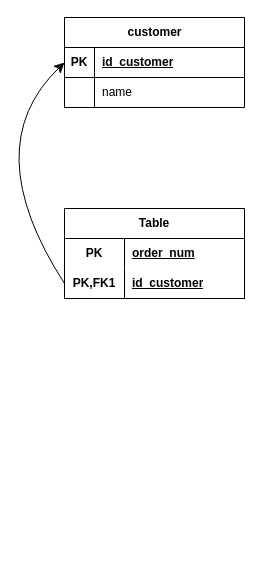
Above: RA2A2_act(2).drawio in victor06-git/Progam_with_Victor (draw.io), before the change. Source tidied: cells renumbered, new cells numbered last; positions are measured from the earlier drawing's top-left corner, leaving out a move shared by most shapes. Both pictures are drawn from the tidied source at 100%, with x=0, y=0 at pixel (-24, 17).
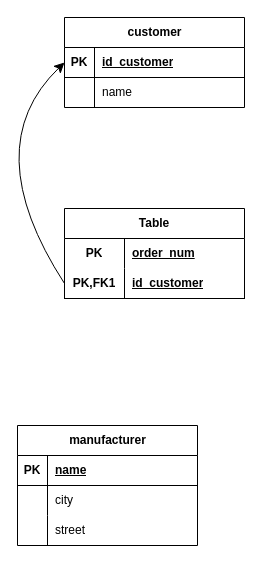
Above is the later version.

The edit, as a diff of the source:
```diff
@@
+    <mxCell id="17" value="manufacturer" style="shape=table;startSize=30;childLayout=tableLayout;rowLines=0;fontStyle=1;align=center;html=1;" parent="1" vertex="1">
+      <mxGeometry x="41" y="408" width="180" height="120" as="geometry" />
+    </mxCell>
+    <mxCell id="18" style="shape=tableRow;horizontal=0;startSize=0;swimlaneHead=0;swimlaneBody=0;fillColor=none;top=0;left=0;right=0;bottom=1;" parent="17" vertex="1">
+      <mxGeometry y="30" width="180" height="30" as="geometry" />
+    </mxCell>
+    <mxCell id="19" value="PK" style="shape=partialRectangle;fillColor=none;top=0;left=0;bottom=0;right=0;fontStyle=1;overflow=hidden;whiteSpace=wrap;html=1;" parent="18" vertex="1">
+      <mxGeometry width="30" height="30" as="geometry" />
+    </mxCell>
+    <mxCell id="20" value="name" style="shape=partialRectangle;fillColor=none;top=0;left=0;bottom=0;right=0;align=left;spacingLeft=6;fontStyle=5;overflow=hidden;whiteSpace=wrap;html=1;" parent="18" vertex="1">
+      <mxGeometry x="30" width="150" height="30" as="geometry" />
+    </mxCell>
+    <mxCell id="21" style="shape=tableRow;horizontal=0;startSize=0;swimlaneHead=0;swimlaneBody=0;fillColor=none;top=0;left=0;right=0;bottom=0;" parent="17" vertex="1">
+      <mxGeometry y="60" width="180" height="30" as="geometry" />
+    </mxCell>
+    <mxCell id="22" style="shape=partialRectangle;fillColor=none;top=0;left=0;bottom=0;right=0;overflow=hidden;whiteSpace=wrap;html=1;" parent="21" vertex="1">
+      <mxGeometry width="30" height="30" as="geometry" />
+    </mxCell>
+    <mxCell id="23" value="city" style="shape=partialRectangle;fillColor=none;top=0;left=0;bottom=0;right=0;align=left;spacingLeft=6;overflow=hidden;whiteSpace=wrap;html=1;" parent="21" vertex="1">
+      <mxGeometry x="30" width="150" height="30" as="geometry" />
+    </mxCell>
+    <mxCell id="24" style="shape=tableRow;horizontal=0;startSize=0;swimlaneHead=0;swimlaneBody=0;fillColor=none;top=0;left=0;right=0;bottom=0;" parent="17" vertex="1">
+      <mxGeometry y="90" width="180" height="30" as="geometry" />
+    </mxCell>
+    <mxCell id="25" style="shape=partialRectangle;fillColor=none;top=0;left=0;bottom=0;right=0;overflow=hidden;whiteSpace=wrap;html=1;" parent="24" vertex="1">
+      <mxGeometry width="30" height="30" as="geometry" />
+    </mxCell>
+    <mxCell id="26" value="street" style="shape=partialRectangle;fillColor=none;top=0;left=0;bottom=0;right=0;align=left;spacingLeft=6;overflow=hidden;whiteSpace=wrap;html=1;" parent="24" vertex="1">
+      <mxGeometry x="30" width="150" height="30" as="geometry" />
+    </mxCell>
```
